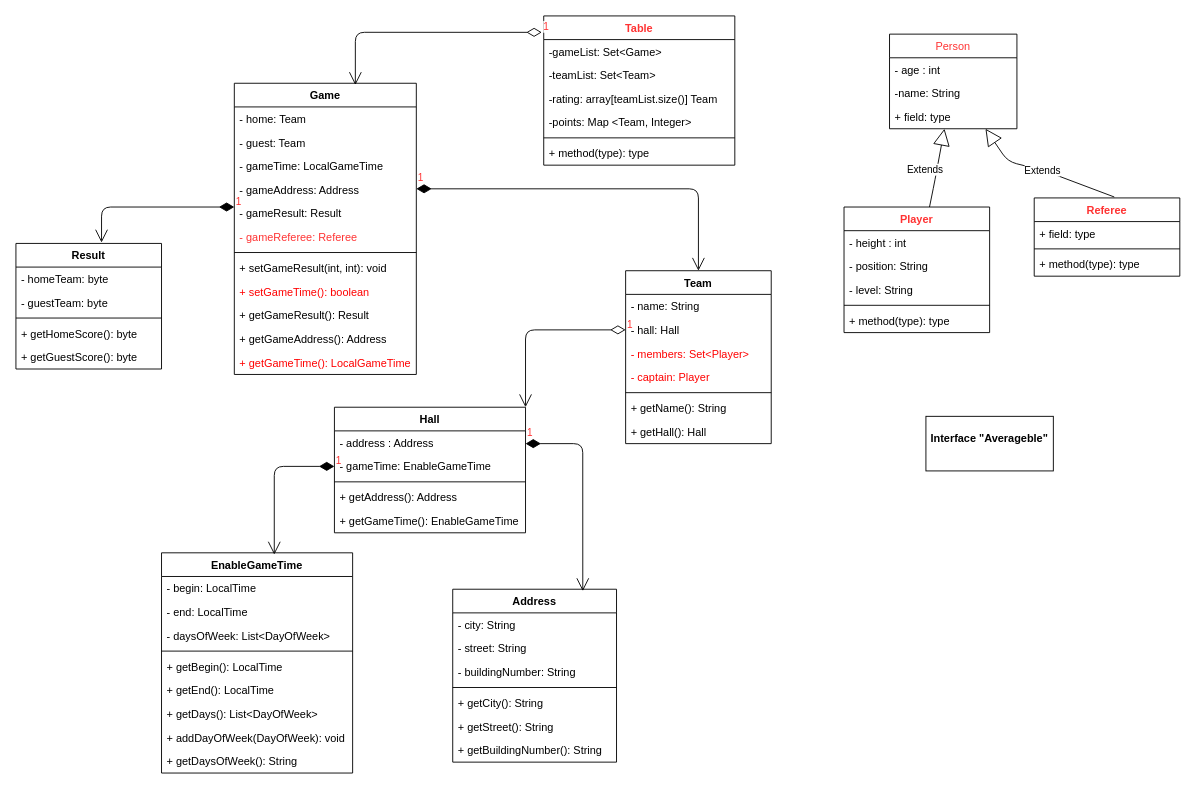
Before: first.drawio in Roman-Polovtsev/Superleage, a draw.io diagram. Source tidied: cells renumbered, new cells numbered last; positions are measured from the earlier drawing's top-left corner, leaving out a move shared by most shapes. Both pictures are drawn from the tidied source at 91%, with x=0, y=0 at pixel (15, 15).
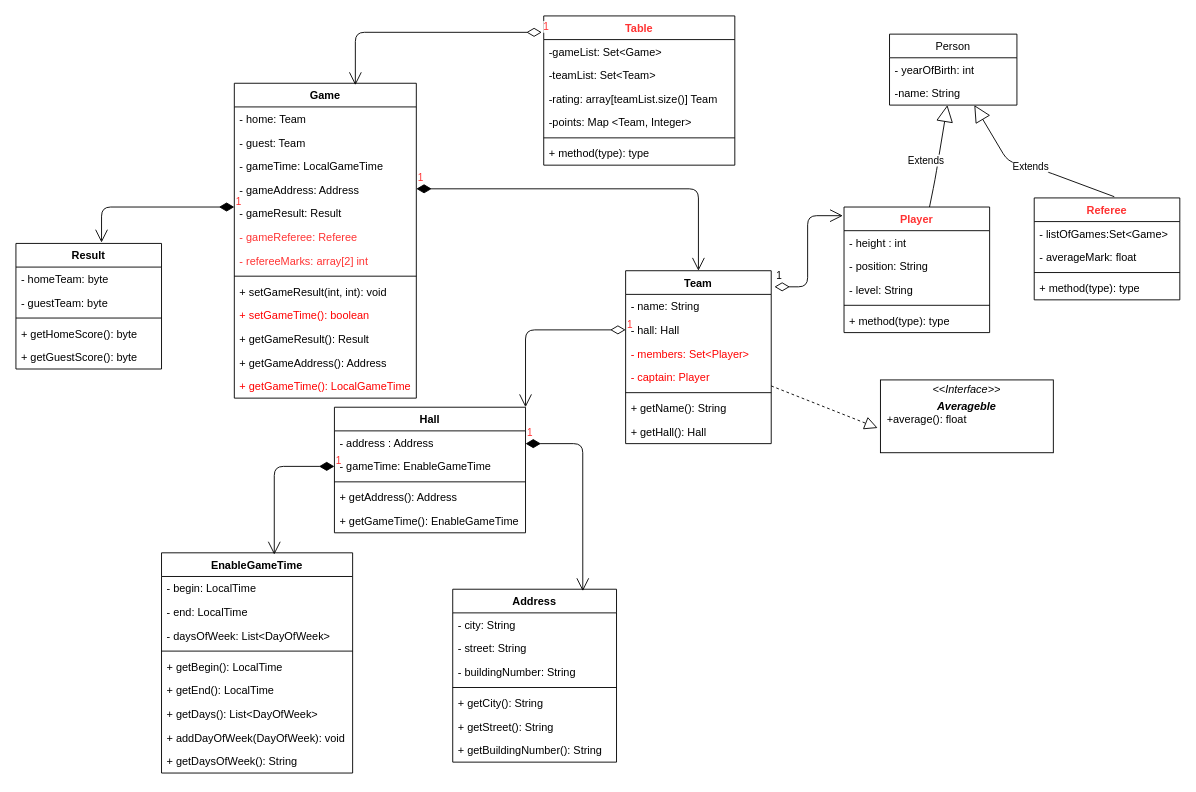
Above is the later version.

Commit message:
All refs are ready

The change refers to these unchanged cells:
```xml
<mxCell id="13" value="Team" style="swimlane;fontStyle=1;align=center;verticalAlign=top;horizontal=1;startSize=26;" parent="1" vertex="1">
  <mxGeometry x="670" y="280" width="160" height="190" as="geometry" />
</mxCell>
<mxCell id="64" value="Player" style="swimlane;fontStyle=1;align=center;verticalAlign=top;horizontal=1;startSize=26;fontColor=#FF3333;" parent="1" vertex="1">
  <mxGeometry x="910" y="210" width="160" height="138" as="geometry" />
</mxCell>
```

Diff of the diagram source:
```diff
@@
-    <mxCell id="9" value="Person" style="swimlane;fontStyle=0;horizontal=1;startSize=26;fillColor=none;fontColor=#FF3333;" parent="1" vertex="1">
-      <mxGeometry x="960" y="20" width="140" height="104" as="geometry" />
+    <mxCell id="9" value="Person" style="swimlane;fontStyle=0;horizontal=1;startSize=26;fillColor=none;" parent="1" vertex="1">
+      <mxGeometry x="960" y="20" width="140" height="78" as="geometry" />
     </mxCell>
-    <mxCell id="10" value="- age : int" style="text;strokeColor=none;fillColor=none;align=left;verticalAlign=top;spacingLeft=4;spacingRight=4;overflow=hidden;" parent="9" vertex="1">
+    <mxCell id="10" value="- yearOfBirth: int" style="text;strokeColor=none;fillColor=none;align=left;verticalAlign=top;spacingLeft=4;spacingRight=4;overflow=hidden;" parent="9" vertex="1">
       <mxGeometry y="26" width="140" height="26" as="geometry" />
     </mxCell>
@@
-    <mxCell id="12" value="+ field: type" style="text;strokeColor=none;fillColor=none;align=left;verticalAlign=top;spacingLeft=4;spacingRight=4;overflow=hidden;" parent="9" vertex="1">
-      <mxGeometry y="78" width="140" height="26" as="geometry" />
-    </mxCell>
@@
     <mxCell id="51" value="Game" style="swimlane;fontStyle=1;align=center;verticalAlign=top;horizontal=1;startSize=26;" parent="1" vertex="1">
-      <mxGeometry x="240" y="74" width="200" height="320" as="geometry" />
+      <mxGeometry x="240" y="74" width="200" height="346" as="geometry" />
     </mxCell>
@@
+    <mxCell id="83" value="- refereeMarks: array[2] int" style="text;strokeColor=none;fillColor=none;align=left;verticalAlign=top;spacingLeft=4;spacingRight=4;overflow=hidden;fontColor=#FF3333;" parent="51" vertex="1">
+      <mxGeometry y="182" width="200" height="26" as="geometry" />
+    </mxCell>
     <mxCell id="58" style="line;strokeWidth=1;fillColor=none;align=left;verticalAlign=middle;spacingTop=-1;spacingLeft=3;spacingRight=3;labelPosition=right;" parent="51" vertex="1">
-      <mxGeometry y="182" width="200" height="8" as="geometry" />
+      <mxGeometry y="208" width="200" height="8" as="geometry" />
     </mxCell>
     <mxCell id="59" value="+ setGameResult(int, int): void" style="text;strokeColor=none;fillColor=none;align=left;verticalAlign=top;spacingLeft=4;spacingRight=4;overflow=hidden;" parent="51" vertex="1">
-      <mxGeometry y="190" width="200" height="26" as="geometry" />
+      <mxGeometry y="216" width="200" height="26" as="geometry" />
     </mxCell>
     <mxCell id="60" value="+ setGameTime(): boolean" style="text;strokeColor=none;fillColor=none;align=left;verticalAlign=top;spacingLeft=4;spacingRight=4;overflow=hidden;fontColor=#FF0000;" parent="51" vertex="1">
-      <mxGeometry y="216" width="200" height="26" as="geometry" />
+      <mxGeometry y="242" width="200" height="26" as="geometry" />
     </mxCell>
     <mxCell id="61" value="+ getGameResult(): Result" style="text;strokeColor=none;fillColor=none;align=left;verticalAlign=top;spacingLeft=4;spacingRight=4;overflow=hidden;" parent="51" vertex="1">
-      <mxGeometry y="242" width="200" height="26" as="geometry" />
+      <mxGeometry y="268" width="200" height="26" as="geometry" />
     </mxCell>
     <mxCell id="62" value="+ getGameAddress(): Address" style="text;strokeColor=none;fillColor=none;align=left;verticalAlign=top;spacingLeft=4;spacingRight=4;overflow=hidden;" parent="51" vertex="1">
-      <mxGeometry y="268" width="200" height="26" as="geometry" />
+      <mxGeometry y="294" width="200" height="26" as="geometry" />
     </mxCell>
     <mxCell id="63" value="+ getGameTime(): LocalGameTime" style="text;strokeColor=none;fillColor=none;align=left;verticalAlign=top;spacingLeft=4;spacingRight=4;overflow=hidden;fontColor=#FF0000;" parent="51" vertex="1">
-      <mxGeometry y="294" width="200" height="26" as="geometry" />
+      <mxGeometry y="320" width="200" height="26" as="geometry" />
     </mxCell>
@@
     <mxCell id="71" value="Referee" style="swimlane;fontStyle=1;align=center;verticalAlign=top;horizontal=1;startSize=26;fontColor=#FF3333;" parent="1" vertex="1">
-      <mxGeometry x="1119" y="200" width="160" height="86" as="geometry" />
+      <mxGeometry x="1119" y="200" width="160" height="112" as="geometry" />
     </mxCell>
-    <mxCell id="72" value="+ field: type" style="text;strokeColor=none;fillColor=none;align=left;verticalAlign=top;spacingLeft=4;spacingRight=4;overflow=hidden;" parent="71" vertex="1">
+    <mxCell id="72" value="- listOfGames:Set&lt;Game&gt;" style="text;strokeColor=none;fillColor=none;align=left;verticalAlign=top;spacingLeft=4;spacingRight=4;overflow=hidden;" parent="71" vertex="1">
       <mxGeometry y="26" width="160" height="26" as="geometry" />
     </mxCell>
+    <mxCell id="84" value="- averageMark: float" style="text;strokeColor=none;fillColor=none;align=left;verticalAlign=top;spacingLeft=4;spacingRight=4;overflow=hidden;" parent="71" vertex="1">
+      <mxGeometry y="52" width="160" height="26" as="geometry" />
+    </mxCell>
     <mxCell id="73" style="line;strokeWidth=1;fillColor=none;align=left;verticalAlign=middle;spacingTop=-1;spacingLeft=3;spacingRight=3;labelPosition=right;" parent="71" vertex="1">
-      <mxGeometry y="52" width="160" height="8" as="geometry" />
+      <mxGeometry y="78" width="160" height="8" as="geometry" />
     </mxCell>
     <mxCell id="74" value="+ method(type): type" style="text;strokeColor=none;fillColor=none;align=left;verticalAlign=top;spacingLeft=4;spacingRight=4;overflow=hidden;" parent="71" vertex="1">
-      <mxGeometry y="60" width="160" height="26" as="geometry" />
+      <mxGeometry y="86" width="160" height="26" as="geometry" />
     </mxCell>
@@
-    <mxCell id="80" value="&lt;p style=&quot;margin: 0px ; margin-top: 4px ; text-align: center&quot;&gt;&lt;br&gt;&lt;b&gt;Interface &quot;Averageble&quot;&lt;/b&gt;&lt;/p&gt;" style="verticalAlign=top;align=left;overflow=fill;fontSize=12;fontFamily=Helvetica;html=1;" parent="1" vertex="1">
-      <mxGeometry x="1000" y="440" width="140" height="60" as="geometry" />
-    </mxCell>
@@
+    <mxCell id="85" value="1" style="endArrow=open;html=1;endSize=12;startArrow=diamondThin;startSize=14;startFill=0;edgeStyle=orthogonalEdgeStyle;align=left;verticalAlign=bottom;entryX=-0.008;entryY=0.069;entryDx=0;entryDy=0;entryPerimeter=0;exitX=1.022;exitY=0.093;exitDx=0;exitDy=0;exitPerimeter=0;" parent="1" edge="1" source="13" target="64">
+      <mxGeometry x="-1" y="3" relative="1" as="geometry" />
+    </mxCell>
+    <mxCell id="86" value="&lt;p style=&quot;margin: 0px ; margin-top: 4px ; text-align: center&quot;&gt;&lt;i&gt;&amp;lt;&amp;lt;Interface&amp;gt;&amp;gt;&lt;/i&gt;&lt;/p&gt;&lt;p style=&quot;margin: 0px ; margin-top: 4px ; text-align: center&quot;&gt;&lt;i&gt;&lt;b&gt;Averageble&lt;/b&gt;&lt;/i&gt;&lt;br&gt;&lt;/p&gt;&lt;p style=&quot;margin: 0px ; margin-left: 4px&quot;&gt;&amp;nbsp;+&lt;span&gt;average(): float&lt;/span&gt;&lt;/p&gt;&lt;p style=&quot;margin: 0px ; margin-left: 4px&quot;&gt;&lt;br&gt;&lt;/p&gt;" style="verticalAlign=top;align=left;overflow=fill;fontSize=12;fontFamily=Helvetica;html=1;" parent="1" vertex="1">
+      <mxGeometry x="950" y="400" width="190" height="80" as="geometry" />
+    </mxCell>
+    <mxCell id="87" style="endArrow=block;dashed=1;endFill=0;endSize=12;html=1;entryX=-0.016;entryY=0.66;entryDx=0;entryDy=0;entryPerimeter=0;" parent="1" edge="1" source="13" target="86">
+      <mxGeometry relative="1" as="geometry" />
+    </mxCell>
```
